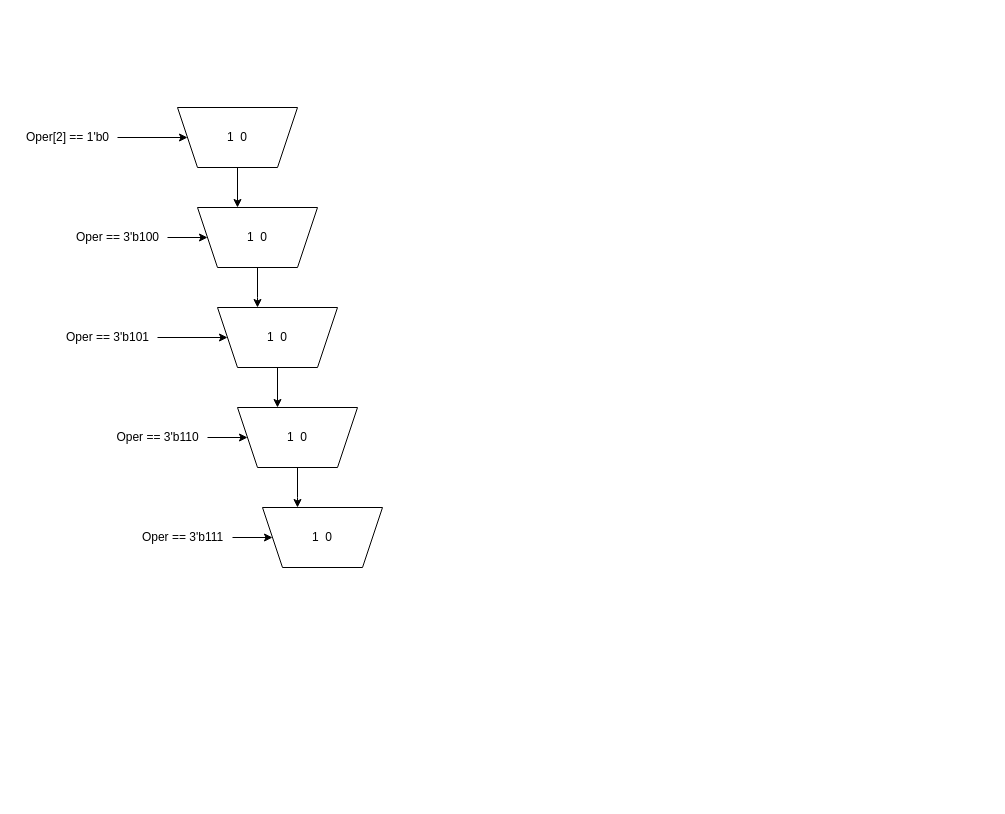
joshmeiyb/draw.io keeps this draw.io diagram as alu.drawio. Above is the earlier version. Source tidied: cells renumbered, new cells numbered last; positions are measured from the earlier drawing's top-left corner, leaving out a move shared by most shapes. Both pictures are drawn from the tidied source at 100%, with x=0, y=0 at pixel (17, 107).
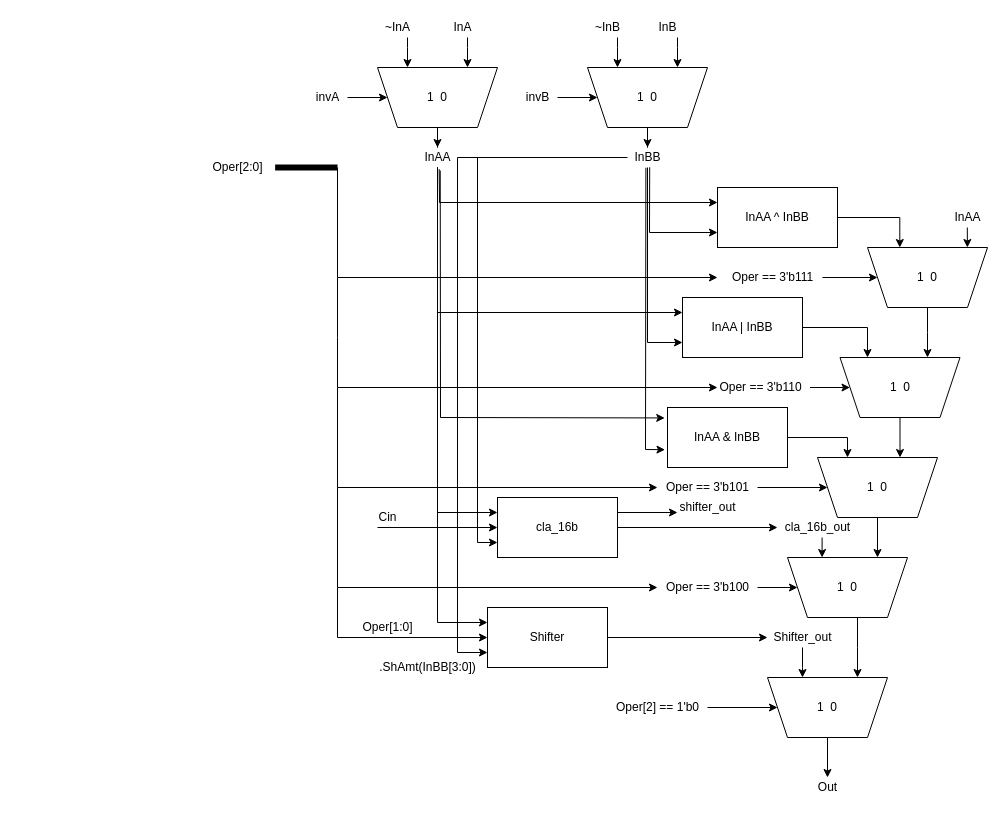
After the change.

What changed in the source:
```diff
@@
     <mxCell id="2" value="1&lt;span style=&quot;white-space: pre&quot;&gt; &lt;/span&gt;&lt;span style=&quot;white-space: pre&quot;&gt; &lt;/span&gt;0" style="shape=trapezoid;perimeter=trapezoidPerimeter;whiteSpace=wrap;html=1;fixedSize=1;direction=west;" parent="1" vertex="1">
-      <mxGeometry x="160" width="120" height="60" as="geometry" />
+      <mxGeometry x="750" y="570" width="120" height="60" as="geometry" />
     </mxCell>
@@
     <mxCell id="4" value="Oper[2] == 1'b0" style="text;html=1;align=center;verticalAlign=middle;points=[];strokeColor=none;fillColor=none;" parent="1" vertex="1">
-      <mxGeometry y="20" width="100" height="20" as="geometry" />
+      <mxGeometry x="590" y="590" width="100" height="20" as="geometry" />
     </mxCell>
     <mxCell id="5" style="endArrow=classic;html=1;rounded=0;exitX=0.5;exitY=0;exitDx=0;exitDy=0;" parent="1" edge="1" source="2">
       <mxGeometry relative="1" as="geometry">
-        <mxPoint x="220" y="100" as="targetPoint" />
+        <mxPoint x="810" y="670" as="targetPoint" />
       </mxGeometry>
     </mxCell>
-    <mxCell id="6" style="edgeStyle=orthogonalEdgeStyle;rounded=0;jettySize=auto;html=1;" parent="1" edge="1" source="7" target="10">
+    <mxCell id="6" style="edgeStyle=orthogonalEdgeStyle;rounded=0;jettySize=auto;html=1;entryX=0.25;entryY=1;entryDx=0;entryDy=0;" parent="1" edge="1" source="7" target="2">
       <mxGeometry relative="1" as="geometry">
         <Array as="points">
-          <mxPoint x="240" y="190" />
-          <mxPoint x="240" y="190" />
+          <mxPoint x="840" y="540" />
+          <mxPoint x="840" y="540" />
         </Array>
       </mxGeometry>
     </mxCell>
     <mxCell id="7" value="1&lt;span style=&quot;white-space: pre&quot;&gt; &lt;/span&gt;&lt;span style=&quot;white-space: pre&quot;&gt; &lt;/span&gt;0" style="shape=trapezoid;perimeter=trapezoidPerimeter;whiteSpace=wrap;html=1;fixedSize=1;direction=west;" parent="1" vertex="1">
-      <mxGeometry x="180" y="100" width="120" height="60" as="geometry" />
+      <mxGeometry x="770" y="450" width="120" height="60" as="geometry" />
     </mxCell>
@@
     <mxCell id="9" value="Oper == 3'b100" style="text;html=1;align=center;verticalAlign=middle;points=[];strokeColor=none;fillColor=none;" parent="1" vertex="1">
-      <mxGeometry x="50" y="120" width="100" height="20" as="geometry" />
+      <mxGeometry x="640" y="470" width="100" height="20" as="geometry" />
     </mxCell>
     <mxCell id="10" value="1&lt;span style=&quot;white-space: pre&quot;&gt; &lt;/span&gt;&lt;span style=&quot;white-space: pre&quot;&gt; &lt;/span&gt;0" style="shape=trapezoid;perimeter=trapezoidPerimeter;whiteSpace=wrap;html=1;fixedSize=1;direction=west;" parent="1" vertex="1">
-      <mxGeometry x="200" y="200" width="120" height="60" as="geometry" />
+      <mxGeometry x="800" y="350" width="120" height="60" as="geometry" />
     </mxCell>
@@
     <mxCell id="12" value="Oper == 3'b101" style="text;html=1;align=center;verticalAlign=middle;points=[];strokeColor=none;fillColor=none;" parent="1" vertex="1">
-      <mxGeometry x="40" y="220" width="100" height="20" as="geometry" />
+      <mxGeometry x="640" y="370" width="100" height="20" as="geometry" />
     </mxCell>
     <mxCell id="13" style="endArrow=classic;html=1;rounded=0;exitX=0.5;exitY=0;exitDx=0;exitDy=0;" parent="1" edge="1" source="10">
       <mxGeometry relative="1" as="geometry">
-        <mxPoint x="260" y="300" as="targetPoint" />
+        <mxPoint x="860" y="450" as="targetPoint" />
       </mxGeometry>
     </mxCell>
-    <mxCell id="14" style="edgeStyle=orthogonalEdgeStyle;rounded=0;jettySize=auto;html=1;" parent="1" edge="1" source="15" target="18">
+    <mxCell id="14" style="edgeStyle=orthogonalEdgeStyle;rounded=0;jettySize=auto;html=1;" parent="1" edge="1" source="15">
       <mxGeometry relative="1" as="geometry">
+        <mxPoint x="882.5" y="350" as="targetPoint" />
         <Array as="points">
-          <mxPoint x="280" y="390" />
-          <mxPoint x="280" y="390" />
+          <mxPoint x="882.5" y="340" />
+          <mxPoint x="882.5" y="340" />
         </Array>
       </mxGeometry>
     </mxCell>
     <mxCell id="15" value="1&lt;span style=&quot;white-space: pre&quot;&gt; &lt;/span&gt;&lt;span style=&quot;white-space: pre&quot;&gt; &lt;/span&gt;0" style="shape=trapezoid;perimeter=trapezoidPerimeter;whiteSpace=wrap;html=1;fixedSize=1;direction=west;" parent="1" vertex="1">
-      <mxGeometry x="220" y="300" width="120" height="60" as="geometry" />
+      <mxGeometry x="822.5" y="250" width="120" height="60" as="geometry" />
     </mxCell>
@@
     <mxCell id="17" value="Oper == 3'b110" style="text;html=1;align=center;verticalAlign=middle;points=[];strokeColor=none;fillColor=none;" parent="1" vertex="1">
-      <mxGeometry x="90" y="320" width="100" height="20" as="geometry" />
+      <mxGeometry x="692.5" y="270" width="100" height="20" as="geometry" />
     </mxCell>
     <mxCell id="18" value="1&lt;span style=&quot;white-space: pre&quot;&gt; &lt;/span&gt;&lt;span style=&quot;white-space: pre&quot;&gt; &lt;/span&gt;0" style="shape=trapezoid;perimeter=trapezoidPerimeter;whiteSpace=wrap;html=1;fixedSize=1;direction=west;" parent="1" vertex="1">
-      <mxGeometry x="245" y="400" width="120" height="60" as="geometry" />
+      <mxGeometry x="850" y="140" width="120" height="60" as="geometry" />
     </mxCell>
@@
     <mxCell id="20" value="Oper == 3'b111" style="text;html=1;align=center;verticalAlign=middle;points=[];strokeColor=none;fillColor=none;" parent="1" vertex="1">
-      <mxGeometry x="115" y="420" width="100" height="20" as="geometry" />
+      <mxGeometry x="705" y="160" width="100" height="20" as="geometry" />
     </mxCell>
+    <mxCell id="21" style="edgeStyle=orthogonalEdgeStyle;rounded=0;jettySize=auto;html=1;entryX=0.25;entryY=1;entryDx=0;entryDy=0;" parent="1" edge="1" source="22">
+      <mxGeometry relative="1" as="geometry">
+        <mxPoint x="785" y="570" as="targetPoint" />
+      </mxGeometry>
+    </mxCell>
+    <mxCell id="22" value="Shifter_out" style="text;html=1;align=center;verticalAlign=middle;points=[];strokeColor=none;fillColor=none;" parent="1" vertex="1">
+      <mxGeometry x="750" y="520" width="70" height="20" as="geometry" />
+    </mxCell>
+    <mxCell id="23" style="edgeStyle=orthogonalEdgeStyle;rounded=0;orthogonalLoop=1;jettySize=auto;html=1;entryX=0.25;entryY=1;entryDx=0;entryDy=0;" parent="1" edge="1">
+      <mxGeometry relative="1" as="geometry">
+        <mxPoint x="804.6" y="430" as="sourcePoint" />
+        <mxPoint x="804.6" y="450" as="targetPoint" />
+      </mxGeometry>
+    </mxCell>
+    <mxCell id="24" value="cla_16b_out" style="text;html=1;align=center;verticalAlign=middle;strokeColor=none;fillColor=none;" parent="1" vertex="1">
+      <mxGeometry x="760" y="410" width="80" height="20" as="geometry" />
+    </mxCell>
+    <mxCell id="25" style="edgeStyle=orthogonalEdgeStyle;rounded=0;jettySize=auto;html=1;exitX=1;exitY=0.5;exitDx=0;exitDy=0;" parent="1" edge="1" source="56">
+      <mxGeometry relative="1" as="geometry">
+        <mxPoint x="882.3" y="140" as="targetPoint" />
+        <Array as="points">
+          <mxPoint x="882" y="110" />
+          <mxPoint x="882" y="140" />
+        </Array>
+      </mxGeometry>
+    </mxCell>
+    <mxCell id="26" style="edgeStyle=orthogonalEdgeStyle;rounded=0;jettySize=auto;html=1;exitX=1;exitY=0.5;exitDx=0;exitDy=0;" parent="1" edge="1" source="55">
+      <mxGeometry relative="1" as="geometry">
+        <mxPoint x="830" y="350" as="targetPoint" />
+        <Array as="points">
+          <mxPoint x="830" y="330" />
+        </Array>
+      </mxGeometry>
+    </mxCell>
+    <mxCell id="27" style="edgeStyle=orthogonalEdgeStyle;rounded=0;jettySize=auto;html=1;exitX=1;exitY=0.5;exitDx=0;exitDy=0;" parent="1" edge="1" source="54">
+      <mxGeometry relative="1" as="geometry">
+        <mxPoint x="850" y="250" as="targetPoint" />
+        <Array as="points">
+          <mxPoint x="850" y="220" />
+          <mxPoint x="850" y="250" />
+        </Array>
+      </mxGeometry>
+    </mxCell>
+    <mxCell id="28" style="edgeStyle=orthogonalEdgeStyle;rounded=0;jettySize=auto;html=1;exitX=0.5;exitY=0;exitDx=0;exitDy=0;" parent="1" edge="1" source="18">
+      <mxGeometry relative="1" as="geometry">
+        <mxPoint x="910" y="250" as="targetPoint" />
+      </mxGeometry>
+    </mxCell>
+    <mxCell id="29" value="InAA" style="text;html=1;align=center;verticalAlign=middle;strokeColor=none;fillColor=none;" parent="1" vertex="1">
+      <mxGeometry x="930" y="100" width="40" height="20" as="geometry" />
+    </mxCell>
+    <mxCell id="30" style="edgeStyle=orthogonalEdgeStyle;rounded=0;orthogonalLoop=1;jettySize=auto;html=1;" parent="1" edge="1">
+      <mxGeometry relative="1" as="geometry">
+        <mxPoint x="949.8" y="120" as="sourcePoint" />
+        <mxPoint x="949.9" y="140" as="targetPoint" />
+      </mxGeometry>
+    </mxCell>
+    <mxCell id="31" value="Out" style="text;html=1;align=center;verticalAlign=middle;strokeColor=none;fillColor=none;" parent="1" vertex="1">
+      <mxGeometry x="795" y="670" width="30" height="20" as="geometry" />
+    </mxCell>
+    <mxCell id="32" value="Shifter" style="whiteSpace=wrap;html=1;" parent="1" vertex="1">
+      <mxGeometry x="470" y="500" width="120" height="60" as="geometry" />
+    </mxCell>
+    <mxCell id="33" style="endArrow=classic;html=1;rounded=0;exitX=1;exitY=0.5;exitDx=0;exitDy=0;" parent="1" edge="1" source="32" target="22">
+      <mxGeometry relative="1" as="geometry" />
+    </mxCell>
+    <mxCell id="34" value="cla_16b" style="whiteSpace=wrap;html=1;" parent="1" vertex="1">
+      <mxGeometry x="480" y="390" width="120" height="60" as="geometry" />
+    </mxCell>
+    <mxCell id="35" style="endArrow=classic;html=1;rounded=0;exitX=1;exitY=0.5;exitDx=0;exitDy=0;" parent="1" edge="1" source="34">
+      <mxGeometry relative="1" as="geometry">
+        <mxPoint x="760" y="420" as="targetPoint" />
+      </mxGeometry>
+    </mxCell>
+    <mxCell id="36" style="edgeStyle=orthogonalEdgeStyle;rounded=0;jettySize=auto;html=1;" parent="1" edge="1" source="38" target="37">
+      <mxGeometry relative="1" as="geometry" />
+    </mxCell>
+    <mxCell id="37" value="InAA" style="text;html=1;align=center;verticalAlign=middle;points=[];strokeColor=none;fillColor=none;" parent="1" vertex="1">
+      <mxGeometry x="400" y="40" width="40" height="20" as="geometry" />
+    </mxCell>
+    <mxCell id="38" value="1&lt;span style=&quot;white-space: pre&quot;&gt; &lt;/span&gt;&lt;span style=&quot;white-space: pre&quot;&gt; &lt;/span&gt;0" style="shape=trapezoid;perimeter=trapezoidPerimeter;whiteSpace=wrap;html=1;fixedSize=1;direction=west;" parent="1" vertex="1">
+      <mxGeometry x="360" y="-40" width="120" height="60" as="geometry" />
+    </mxCell>
+    <mxCell id="39" style="edgeStyle=orthogonalEdgeStyle;rounded=0;jettySize=auto;html=1;" parent="1" edge="1" source="41" target="40">
+      <mxGeometry relative="1" as="geometry" />
+    </mxCell>
+    <mxCell id="40" value="InBB" style="text;html=1;align=center;verticalAlign=middle;points=[];strokeColor=none;fillColor=none;" parent="1" vertex="1">
+      <mxGeometry x="610" y="40" width="40" height="20" as="geometry" />
+    </mxCell>
+    <mxCell id="41" value="1&lt;span style=&quot;white-space: pre&quot;&gt; &lt;/span&gt;&lt;span style=&quot;white-space: pre&quot;&gt; &lt;/span&gt;0" style="shape=trapezoid;perimeter=trapezoidPerimeter;whiteSpace=wrap;html=1;fixedSize=1;direction=west;" parent="1" vertex="1">
+      <mxGeometry x="570" y="-40" width="120" height="60" as="geometry" />
+    </mxCell>
+    <mxCell id="42" style="edgeStyle=orthogonalEdgeStyle;rounded=0;jettySize=auto;html=1;" parent="1" edge="1" source="43" target="38">
+      <mxGeometry relative="1" as="geometry" />
+    </mxCell>
+    <mxCell id="43" value="invA" style="text;html=1;align=center;verticalAlign=middle;points=[];strokeColor=none;fillColor=none;" parent="1" vertex="1">
+      <mxGeometry x="290" y="-20" width="40" height="20" as="geometry" />
+    </mxCell>
+    <mxCell id="44" style="edgeStyle=orthogonalEdgeStyle;rounded=0;jettySize=auto;html=1;" parent="1" edge="1" source="45" target="41">
+      <mxGeometry relative="1" as="geometry" />
+    </mxCell>
+    <mxCell id="45" value="invB" style="text;html=1;align=center;verticalAlign=middle;points=[];strokeColor=none;fillColor=none;" parent="1" vertex="1">
+      <mxGeometry x="500" y="-20" width="40" height="20" as="geometry" />
+    </mxCell>
+    <mxCell id="46" style="edgeStyle=orthogonalEdgeStyle;rounded=0;jettySize=auto;html=1;" parent="1" edge="1" source="47" target="38">
+      <mxGeometry relative="1" as="geometry">
+        <Array as="points">
+          <mxPoint x="390" y="-60" />
+          <mxPoint x="390" y="-60" />
+        </Array>
+      </mxGeometry>
+    </mxCell>
+    <mxCell id="47" value="~InA" style="text;html=1;align=center;verticalAlign=middle;points=[];strokeColor=none;fillColor=none;" parent="1" vertex="1">
+      <mxGeometry x="360" y="-90" width="40" height="20" as="geometry" />
+    </mxCell>
+    <mxCell id="48" style="edgeStyle=orthogonalEdgeStyle;rounded=0;jettySize=auto;html=1;" parent="1" edge="1" source="49">
+      <mxGeometry relative="1" as="geometry">
+        <mxPoint x="450" y="-40" as="targetPoint" />
+        <Array as="points">
+          <mxPoint x="450" y="-60" />
+          <mxPoint x="450" y="-60" />
+        </Array>
+      </mxGeometry>
+    </mxCell>
+    <mxCell id="49" value="InA" style="text;html=1;align=center;verticalAlign=middle;points=[];strokeColor=none;fillColor=none;" parent="1" vertex="1">
+      <mxGeometry x="430" y="-90" width="30" height="20" as="geometry" />
+    </mxCell>
+    <mxCell id="50" style="edgeStyle=orthogonalEdgeStyle;rounded=0;jettySize=auto;html=1;" parent="1" edge="1" source="51">
+      <mxGeometry relative="1" as="geometry">
+        <mxPoint x="600" y="-40" as="targetPoint" />
+        <Array as="points">
+          <mxPoint x="600" y="-60" />
+          <mxPoint x="600" y="-60" />
+        </Array>
+      </mxGeometry>
+    </mxCell>
+    <mxCell id="51" value="~InB" style="text;html=1;align=center;verticalAlign=middle;points=[];strokeColor=none;fillColor=none;" parent="1" vertex="1">
+      <mxGeometry x="570" y="-90" width="40" height="20" as="geometry" />
+    </mxCell>
+    <mxCell id="52" style="edgeStyle=orthogonalEdgeStyle;rounded=0;jettySize=auto;html=1;" parent="1" edge="1" source="53">
+      <mxGeometry relative="1" as="geometry">
+        <mxPoint x="660" y="-40" as="targetPoint" />
+        <Array as="points">
+          <mxPoint x="660" y="-60" />
+          <mxPoint x="660" y="-60" />
+        </Array>
+      </mxGeometry>
+    </mxCell>
+    <mxCell id="53" value="InB" style="text;html=1;align=center;verticalAlign=middle;points=[];strokeColor=none;fillColor=none;" parent="1" vertex="1">
+      <mxGeometry x="635" y="-90" width="30" height="20" as="geometry" />
+    </mxCell>
+    <mxCell id="54" value="InAA | InBB" style="whiteSpace=wrap;html=1;" parent="1" vertex="1">
+      <mxGeometry x="665" y="190" width="120" height="60" as="geometry" />
+    </mxCell>
+    <mxCell id="55" value="InAA &amp;amp; InBB" style="whiteSpace=wrap;html=1;" parent="1" vertex="1">
+      <mxGeometry x="650" y="300" width="120" height="60" as="geometry" />
+    </mxCell>
+    <mxCell id="56" value="InAA ^ InBB" style="whiteSpace=wrap;html=1;" parent="1" vertex="1">
+      <mxGeometry x="700" y="80" width="120" height="60" as="geometry" />
+    </mxCell>
+    <mxCell id="57" style="endArrow=classic;html=1;rounded=0;entryX=0;entryY=0.25;entryDx=0;entryDy=0;exitX=0.542;exitY=1.083;exitDx=0;exitDy=0;exitPerimeter=0;" parent="1" edge="1" source="37" target="56">
+      <mxGeometry relative="1" as="geometry">
+        <Array as="points">
+          <mxPoint x="422" y="95" />
+        </Array>
+      </mxGeometry>
+    </mxCell>
+    <mxCell id="58" style="endArrow=classic;html=1;rounded=0;entryX=0;entryY=0.25;entryDx=0;entryDy=0;" parent="1" edge="1" target="54">
+      <mxGeometry relative="1" as="geometry">
+        <mxPoint x="420" y="60" as="sourcePoint" />
+        <Array as="points">
+          <mxPoint x="420" y="205" />
+        </Array>
+      </mxGeometry>
+    </mxCell>
+    <mxCell id="59" style="endArrow=classic;html=1;rounded=0;entryX=-0.023;entryY=0.174;entryDx=0;entryDy=0;entryPerimeter=0;exitX=0.568;exitY=1.15;exitDx=0;exitDy=0;exitPerimeter=0;" parent="1" edge="1" source="37" target="55">
+      <mxGeometry relative="1" as="geometry">
+        <Array as="points">
+          <mxPoint x="423" y="310" />
+        </Array>
+      </mxGeometry>
+    </mxCell>
+    <mxCell id="60" style="endArrow=classic;html=1;rounded=0;entryX=0;entryY=0.25;entryDx=0;entryDy=0;" parent="1" edge="1" target="34">
+      <mxGeometry relative="1" as="geometry">
+        <mxPoint x="420" y="60" as="sourcePoint" />
+        <Array as="points">
+          <mxPoint x="420" y="405" />
+        </Array>
+      </mxGeometry>
+    </mxCell>
+    <mxCell id="61" style="endArrow=classic;html=1;rounded=0;entryX=0;entryY=0.25;entryDx=0;entryDy=0;" parent="1" edge="1" target="32">
+      <mxGeometry relative="1" as="geometry">
+        <mxPoint x="420" y="60" as="sourcePoint" />
+        <Array as="points">
+          <mxPoint x="420" y="515" />
+        </Array>
+      </mxGeometry>
+    </mxCell>
+    <mxCell id="62" style="endArrow=classic;html=1;rounded=0;exitX=0.555;exitY=0.99;exitDx=0;exitDy=0;exitPerimeter=0;entryX=0;entryY=0.75;entryDx=0;entryDy=0;" parent="1" edge="1" source="40" target="56">
+      <mxGeometry relative="1" as="geometry">
+        <Array as="points">
+          <mxPoint x="632" y="125" />
+        </Array>
+      </mxGeometry>
+    </mxCell>
+    <mxCell id="63" style="endArrow=classic;html=1;rounded=0;entryX=0;entryY=0.75;entryDx=0;entryDy=0;" parent="1" edge="1" target="54">
+      <mxGeometry relative="1" as="geometry">
+        <mxPoint x="630" y="60" as="sourcePoint" />
+        <Array as="points">
+          <mxPoint x="630" y="235" />
+        </Array>
+      </mxGeometry>
+    </mxCell>
+    <mxCell id="64" style="endArrow=classic;html=1;rounded=0;entryX=-0.021;entryY=0.703;entryDx=0;entryDy=0;entryPerimeter=0;exitX=0.46;exitY=1.014;exitDx=0;exitDy=0;exitPerimeter=0;" parent="1" edge="1" source="40" target="55">
+      <mxGeometry relative="1" as="geometry">
+        <Array as="points">
+          <mxPoint x="628" y="342" />
+        </Array>
+      </mxGeometry>
+    </mxCell>
+    <mxCell id="65" style="endArrow=classic;html=1;rounded=0;entryX=0;entryY=0.75;entryDx=0;entryDy=0;" parent="1" edge="1" source="40" target="34">
+      <mxGeometry relative="1" as="geometry">
+        <Array as="points">
+          <mxPoint x="576" y="50" />
+          <mxPoint x="460" y="50" />
+          <mxPoint x="460" y="435" />
+        </Array>
+      </mxGeometry>
+    </mxCell>
+    <mxCell id="66" style="endArrow=classic;html=1;rounded=0;entryX=0;entryY=0.75;entryDx=0;entryDy=0;" parent="1" edge="1" target="32">
+      <mxGeometry relative="1" as="geometry">
+        <mxPoint x="600" y="50" as="sourcePoint" />
+        <Array as="points">
+          <mxPoint x="440" y="50" />
+          <mxPoint x="440" y="545" />
+        </Array>
+      </mxGeometry>
+    </mxCell>
+    <mxCell id="67" value="Oper[2:0]" style="text;html=1;align=center;verticalAlign=middle;points=[];strokeColor=none;fillColor=none;" parent="1" vertex="1">
+      <mxGeometry x="185" y="50" width="70" height="20" as="geometry" />
+    </mxCell>
+    <mxCell id="68" style="endArrow=none;html=1;rounded=0;exitX=1.038;exitY=0.5;exitDx=0;exitDy=0;exitPerimeter=0;strokeWidth=6;" parent="1" edge="1" source="67">
+      <mxGeometry relative="1" as="geometry">
+        <mxPoint x="320" y="60" as="targetPoint" />
+      </mxGeometry>
+    </mxCell>
+    <mxCell id="69" style="endArrow=classic;html=1;rounded=0;strokeWidth=1;entryX=-0.05;entryY=0.5;entryDx=0;entryDy=0;entryPerimeter=0;" parent="1" edge="1" target="20">
+      <mxGeometry relative="1" as="geometry">
+        <mxPoint x="320" y="60" as="sourcePoint" />
+        <Array as="points">
+          <mxPoint x="320" y="170" />
+        </Array>
+      </mxGeometry>
+    </mxCell>
+    <mxCell id="70" style="endArrow=classic;html=1;rounded=0;strokeWidth=1;entryX=-0.05;entryY=0.5;entryDx=0;entryDy=0;entryPerimeter=0;" parent="1" edge="1">
+      <mxGeometry relative="1" as="geometry">
+        <mxPoint x="320" y="170" as="sourcePoint" />
+        <mxPoint x="700" y="280" as="targetPoint" />
+        <Array as="points">
+          <mxPoint x="320" y="230" />
+          <mxPoint x="320" y="280" />
+        </Array>
+      </mxGeometry>
+    </mxCell>
+    <mxCell id="71" style="endArrow=classic;html=1;rounded=0;strokeWidth=1;entryX=-0.05;entryY=0.5;entryDx=0;entryDy=0;entryPerimeter=0;" parent="1" edge="1">
+      <mxGeometry relative="1" as="geometry">
+        <mxPoint x="320" y="280" as="sourcePoint" />
+        <mxPoint x="640" y="380" as="targetPoint" />
+        <Array as="points">
+          <mxPoint x="320" y="380" />
+        </Array>
+      </mxGeometry>
+    </mxCell>
+    <mxCell id="72" style="endArrow=classic;html=1;rounded=0;strokeWidth=1;entryX=-0.05;entryY=0.5;entryDx=0;entryDy=0;entryPerimeter=0;" parent="1" edge="1">
+      <mxGeometry relative="1" as="geometry">
+        <mxPoint x="320" y="380" as="sourcePoint" />
+        <mxPoint x="640" y="480" as="targetPoint" />
+        <Array as="points">
+          <mxPoint x="320" y="480" />
+        </Array>
+      </mxGeometry>
+    </mxCell>
+    <mxCell id="73" style="endArrow=classic;html=1;rounded=0;strokeWidth=1;entryX=0;entryY=0.5;entryDx=0;entryDy=0;" parent="1" edge="1" target="32">
+      <mxGeometry relative="1" as="geometry">
+        <mxPoint x="320" y="480" as="sourcePoint" />
+        <Array as="points">
+          <mxPoint x="320" y="530" />
+        </Array>
+      </mxGeometry>
+    </mxCell>
+    <mxCell id="74" value="Oper[1:0]" style="text;html=1;align=center;verticalAlign=middle;strokeColor=none;fillColor=none;" parent="1" vertex="1">
+      <mxGeometry x="335" y="510" width="70" height="20" as="geometry" />
+    </mxCell>
+    <mxCell id="75" style="endArrow=classic;html=1;rounded=0;strokeWidth=1;entryX=0;entryY=0.5;entryDx=0;entryDy=0;" parent="1" edge="1" target="34">
+      <mxGeometry relative="1" as="geometry">
+        <mxPoint x="360" y="420" as="sourcePoint" />
+      </mxGeometry>
+    </mxCell>
+    <mxCell id="76" value="Cin" style="text;html=1;align=center;verticalAlign=middle;strokeColor=none;fillColor=none;" parent="1" vertex="1">
+      <mxGeometry x="355" y="400" width="30" height="20" as="geometry" />
+    </mxCell>
+    <mxCell id="77" style="endArrow=classic;html=1;rounded=0;strokeWidth=1;exitX=1;exitY=0.25;exitDx=0;exitDy=0;" parent="1" edge="1" source="34">
+      <mxGeometry relative="1" as="geometry">
+        <mxPoint x="660" y="405" as="targetPoint" />
+      </mxGeometry>
+    </mxCell>
+    <mxCell id="78" value="shifter_out" style="text;html=1;align=center;verticalAlign=middle;strokeColor=none;fillColor=none;" parent="1" vertex="1">
+      <mxGeometry x="655" y="390" width="70" height="20" as="geometry" />
+    </mxCell>
+    <mxCell id="79" value=".ShAmt(InBB[3:0])" style="text;html=1;align=center;verticalAlign=middle;strokeColor=none;fillColor=none;" parent="1" vertex="1">
+      <mxGeometry x="355" y="550" width="110" height="20" as="geometry" />
+    </mxCell>
```
